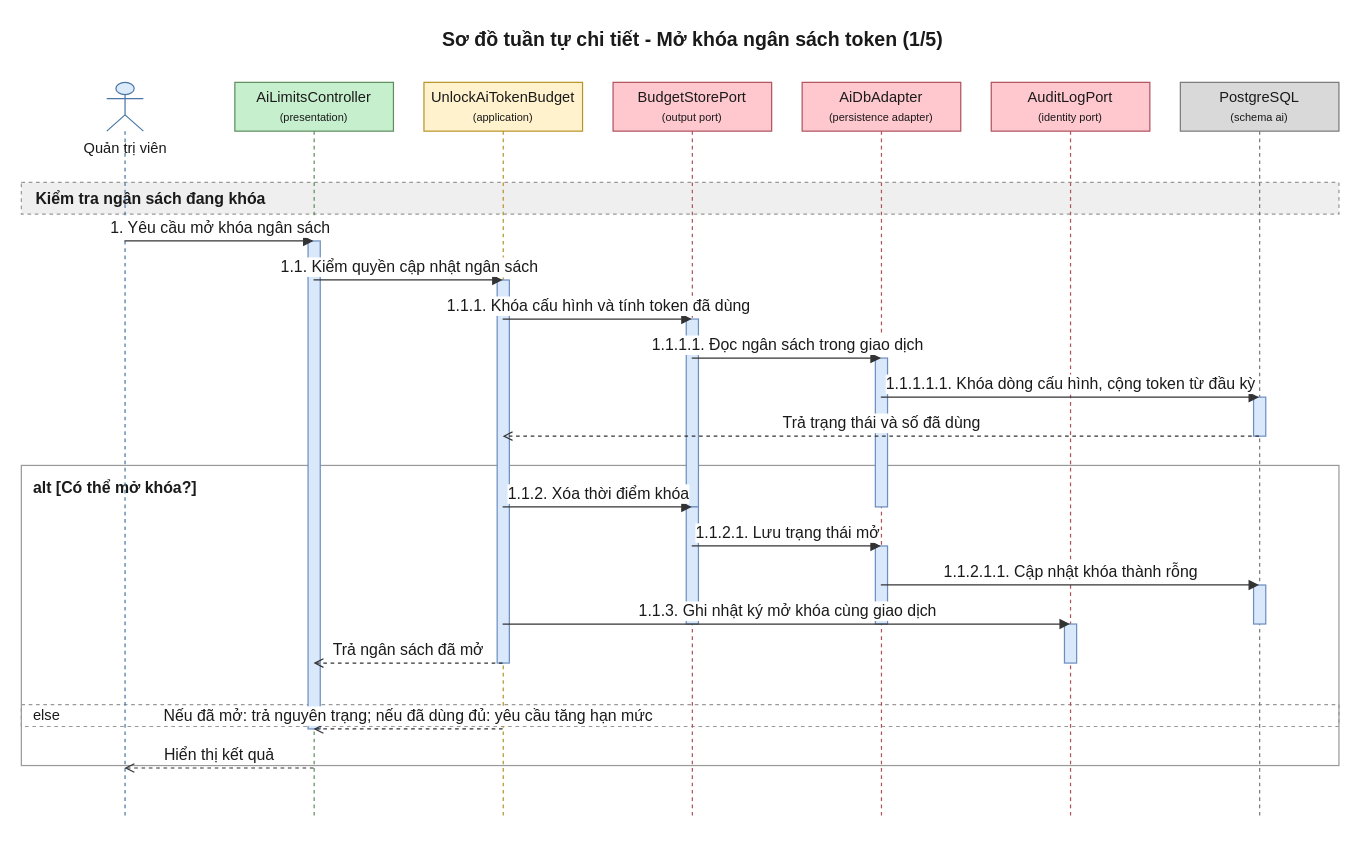
This is 08-diagram/sequence/admin/sequence_admin_dat_han_muc_va_gioi_han_ai_p1.drawio from daiphu1801/PRJ_ALGOPREP, a draw.io file, before an edit. Source tidied: cells renumbered, new cells numbered last; positions are measured from the earlier drawing's top-left corner, leaving out a move shared by most shapes. Both pictures are drawn from the tidied source at 122%, with x=0, y=0 at pixel (21, 21).
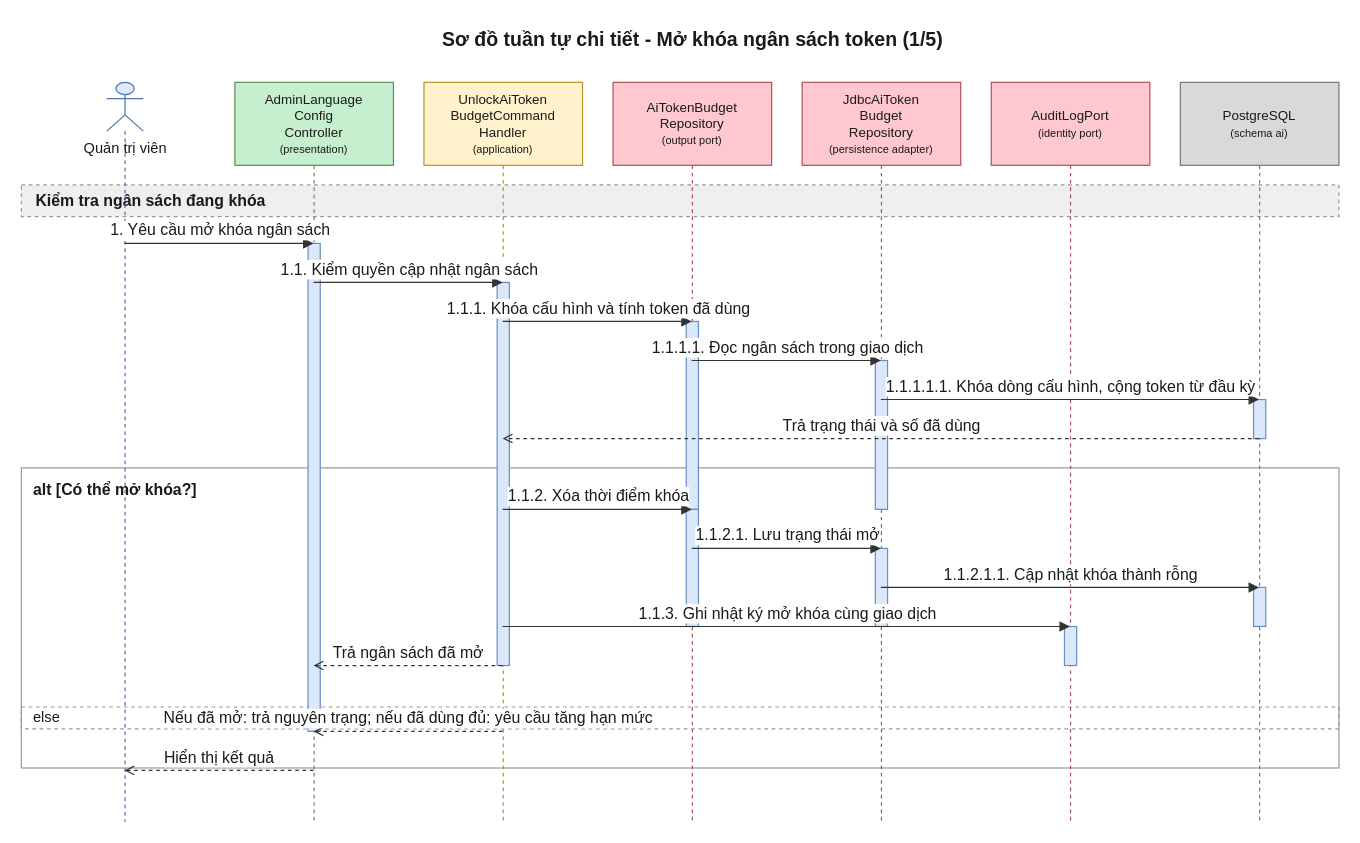
After the change.

Change to the diagram source:
```diff
@@
     <mxCell id="3" value="alt [Có thể mở khóa?]" style="algoprep=alt;rounded=0;whiteSpace=wrap;html=1;fillColor=none;strokeColor=#999999;verticalAlign=top;align=left;spacingLeft=8;spacingTop=4;fontColor=#1A1A1A;fontSize=13;fontStyle=1;dashed=0;" parent="1" vertex="1">
-      <mxGeometry y="364" width="1080" height="246" as="geometry" />
+      <mxGeometry y="366" width="1080" height="246" as="geometry" />
     </mxCell>
     <mxCell id="4" value="else" style="text;html=1;dashed=1;strokeColor=#999999;fillColor=none;align=left;verticalAlign=middle;spacingLeft=8;fontColor=#1A1A1A;fontSize=12;" parent="1" vertex="1">
-      <mxGeometry y="560" width="1080" height="18" as="geometry" />
+      <mxGeometry y="562" width="1080" height="18" as="geometry" />
     </mxCell>
     <mxCell id="5" value="Kiểm tra ngân sách đang khóa" style="algoprep=phase;rounded=0;whiteSpace=wrap;html=1;fillColor=#EFEFEF;strokeColor=#999999;dashed=1;align=left;verticalAlign=middle;spacingLeft=10;fontColor=#1A1A1A;fontSize=13;fontStyle=1;" parent="1" vertex="1">
-      <mxGeometry y="132" width="1080" height="26" as="geometry" />
+      <mxGeometry y="134" width="1080" height="26" as="geometry" />
     </mxCell>
     <mxCell id="6" value="Quản trị viên" style="shape=umlLifeline;participant=umlActor;perimeter=lifelinePerimeter;html=1;outlineConnect=0;size=40;verticalAlign=top;spacingTop=40;fillColor=#DCEBFC;strokeColor=#4A76A8;fontColor=#1A1A1A;" parent="1" vertex="1">
-      <mxGeometry x="70" y="50" width="30" height="604" as="geometry" />
+      <mxGeometry x="70" y="50" width="30" height="606" as="geometry" />
     </mxCell>
-    <mxCell id="7" value="AiLimitsController&lt;br&gt;&lt;font style=&quot;font-size:9px&quot;&gt;(presentation)&lt;/font&gt;" style="shape=umlLifeline;perimeter=lifelinePerimeter;whiteSpace=wrap;html=1;outlineConnect=0;size=40;fillColor=#C6EFCE;strokeColor=#5E8E5E;fontColor=#1A1A1A;" parent="1" vertex="1">
-      <mxGeometry x="175" y="50" width="130" height="604" as="geometry" />
+    <mxCell id="7" value="AdminLanguage&lt;br&gt;Config&lt;br&gt;Controller&lt;br&gt;&lt;font style=&quot;font-size:9px&quot;&gt;(presentation)&lt;/font&gt;" style="shape=umlLifeline;perimeter=lifelinePerimeter;whiteSpace=wrap;html=1;outlineConnect=0;size=68;fontSize=11;fillColor=#C6EFCE;strokeColor=#5E8E5E;fontColor=#1A1A1A;" parent="1" vertex="1">
+      <mxGeometry x="175" y="50" width="130" height="606" as="geometry" />
     </mxCell>
-    <mxCell id="8" value="UnlockAiTokenBudget&lt;br&gt;&lt;font style=&quot;font-size:9px&quot;&gt;(application)&lt;/font&gt;" style="shape=umlLifeline;perimeter=lifelinePerimeter;whiteSpace=wrap;html=1;outlineConnect=0;size=40;fillColor=#FFF2CC;strokeColor=#B8952A;fontColor=#1A1A1A;" parent="1" vertex="1">
-      <mxGeometry x="330" y="50" width="130" height="604" as="geometry" />
+    <mxCell id="8" value="UnlockAiToken&lt;br&gt;BudgetCommand&lt;br&gt;Handler&lt;br&gt;&lt;font style=&quot;font-size:9px&quot;&gt;(application)&lt;/font&gt;" style="shape=umlLifeline;perimeter=lifelinePerimeter;whiteSpace=wrap;html=1;outlineConnect=0;size=68;fontSize=11;fillColor=#FFF2CC;strokeColor=#B8952A;fontColor=#1A1A1A;" parent="1" vertex="1">
+      <mxGeometry x="330" y="50" width="130" height="606" as="geometry" />
     </mxCell>
-    <mxCell id="9" value="BudgetStorePort&lt;br&gt;&lt;font style=&quot;font-size:9px&quot;&gt;(output port)&lt;/font&gt;" style="shape=umlLifeline;perimeter=lifelinePerimeter;whiteSpace=wrap;html=1;outlineConnect=0;size=40;fillColor=#FFC7CE;strokeColor=#B0525E;fontColor=#1A1A1A;" parent="1" vertex="1">
-      <mxGeometry x="485" y="50" width="130" height="604" as="geometry" />
+    <mxCell id="9" value="AiTokenBudget&lt;br&gt;Repository&lt;br&gt;&lt;font style=&quot;font-size:9px&quot;&gt;(output port)&lt;/font&gt;" style="shape=umlLifeline;perimeter=lifelinePerimeter;whiteSpace=wrap;html=1;outlineConnect=0;size=68;fontSize=11;fillColor=#FFC7CE;strokeColor=#B0525E;fontColor=#1A1A1A;" parent="1" vertex="1">
+      <mxGeometry x="485" y="50" width="130" height="606" as="geometry" />
     </mxCell>
-    <mxCell id="10" value="AiDbAdapter&lt;br&gt;&lt;font style=&quot;font-size:9px&quot;&gt;(persistence adapter)&lt;/font&gt;" style="shape=umlLifeline;perimeter=lifelinePerimeter;whiteSpace=wrap;html=1;outlineConnect=0;size=40;fillColor=#FFC7CE;strokeColor=#B0525E;fontColor=#1A1A1A;" parent="1" vertex="1">
-      <mxGeometry x="640" y="50" width="130" height="604" as="geometry" />
+    <mxCell id="10" value="JdbcAiToken&lt;br&gt;Budget&lt;br&gt;Repository&lt;br&gt;&lt;font style=&quot;font-size:9px&quot;&gt;(persistence adapter)&lt;/font&gt;" style="shape=umlLifeline;perimeter=lifelinePerimeter;whiteSpace=wrap;html=1;outlineConnect=0;size=68;fontSize=11;fillColor=#FFC7CE;strokeColor=#B0525E;fontColor=#1A1A1A;" parent="1" vertex="1">
+      <mxGeometry x="640" y="50" width="130" height="606" as="geometry" />
     </mxCell>
-    <mxCell id="11" value="AuditLogPort&lt;br&gt;&lt;font style=&quot;font-size:9px&quot;&gt;(identity port)&lt;/font&gt;" style="shape=umlLifeline;perimeter=lifelinePerimeter;whiteSpace=wrap;html=1;outlineConnect=0;size=40;fillColor=#FFC7CE;strokeColor=#B0525E;fontColor=#1A1A1A;" parent="1" vertex="1">
-      <mxGeometry x="795" y="50" width="130" height="604" as="geometry" />
+    <mxCell id="11" value="AuditLogPort&lt;br&gt;&lt;font style=&quot;font-size:9px&quot;&gt;(identity port)&lt;/font&gt;" style="shape=umlLifeline;perimeter=lifelinePerimeter;whiteSpace=wrap;html=1;outlineConnect=0;size=68;fontSize=11;fillColor=#FFC7CE;strokeColor=#B0525E;fontColor=#1A1A1A;" parent="1" vertex="1">
+      <mxGeometry x="795" y="50" width="130" height="606" as="geometry" />
     </mxCell>
-    <mxCell id="12" value="PostgreSQL&lt;br&gt;&lt;font style=&quot;font-size:9px&quot;&gt;(schema ai)&lt;/font&gt;" style="shape=umlLifeline;perimeter=lifelinePerimeter;whiteSpace=wrap;html=1;outlineConnect=0;size=40;fillColor=#D9D9D9;strokeColor=#7A7A7A;fontColor=#1A1A1A;" parent="1" vertex="1">
-      <mxGeometry x="950" y="50" width="130" height="604" as="geometry" />
+    <mxCell id="12" value="PostgreSQL&lt;br&gt;&lt;font style=&quot;font-size:9px&quot;&gt;(schema ai)&lt;/font&gt;" style="shape=umlLifeline;perimeter=lifelinePerimeter;whiteSpace=wrap;html=1;outlineConnect=0;size=68;fontSize=11;fillColor=#D9D9D9;strokeColor=#7A7A7A;fontColor=#1A1A1A;" parent="1" vertex="1">
+      <mxGeometry x="950" y="50" width="130" height="606" as="geometry" />
     </mxCell>
     <mxCell id="13" style="html=1;perimeter=orthogonalPerimeter;targetShapes=umlLifeline;fillColor=#DAE8FC;strokeColor=#6C8EBF;" parent="12" vertex="1">
-      <mxGeometry x="60" y="258" width="10" height="32" as="geometry" />
+      <mxGeometry x="60" y="260" width="10" height="32" as="geometry" />
     </mxCell>
     <mxCell id="14" style="html=1;perimeter=orthogonalPerimeter;targetShapes=umlLifeline;fillColor=#DAE8FC;strokeColor=#6C8EBF;" parent="10" vertex="1">
-      <mxGeometry x="60" y="226" width="10" height="122" as="geometry" />
+      <mxGeometry x="60" y="228" width="10" height="122" as="geometry" />
     </mxCell>
     <mxCell id="15" style="html=1;perimeter=orthogonalPerimeter;targetShapes=umlLifeline;fillColor=#DAE8FC;strokeColor=#6C8EBF;" parent="9" vertex="1">
-      <mxGeometry x="60" y="194" width="10" height="154" as="geometry" />
+      <mxGeometry x="60" y="196" width="10" height="154" as="geometry" />
     </mxCell>
     <mxCell id="16" style="html=1;perimeter=orthogonalPerimeter;targetShapes=umlLifeline;fillColor=#DAE8FC;strokeColor=#6C8EBF;" parent="12" vertex="1">
-      <mxGeometry x="60" y="412" width="10" height="32" as="geometry" />
+      <mxGeometry x="60" y="414" width="10" height="32" as="geometry" />
     </mxCell>
     <mxCell id="17" style="html=1;perimeter=orthogonalPerimeter;targetShapes=umlLifeline;fillColor=#DAE8FC;strokeColor=#6C8EBF;" parent="10" vertex="1">
-      <mxGeometry x="60" y="380" width="10" height="64" as="geometry" />
+      <mxGeometry x="60" y="382" width="10" height="64" as="geometry" />
     </mxCell>
     <mxCell id="18" style="html=1;perimeter=orthogonalPerimeter;targetShapes=umlLifeline;fillColor=#DAE8FC;strokeColor=#6C8EBF;" parent="9" vertex="1">
-      <mxGeometry x="60" y="348" width="10" height="96" as="geometry" />
+      <mxGeometry x="60" y="350" width="10" height="96" as="geometry" />
     </mxCell>
     <mxCell id="19" style="html=1;perimeter=orthogonalPerimeter;targetShapes=umlLifeline;fillColor=#DAE8FC;strokeColor=#6C8EBF;" parent="11" vertex="1">
-      <mxGeometry x="60" y="444" width="10" height="32" as="geometry" />
+      <mxGeometry x="60" y="446" width="10" height="32" as="geometry" />
     </mxCell>
     <mxCell id="20" style="html=1;perimeter=orthogonalPerimeter;targetShapes=umlLifeline;fillColor=#DAE8FC;strokeColor=#6C8EBF;" parent="8" vertex="1">
-      <mxGeometry x="60" y="162" width="10" height="314" as="geometry" />
+      <mxGeometry x="60" y="164" width="10" height="314" as="geometry" />
     </mxCell>
     <mxCell id="21" style="html=1;perimeter=orthogonalPerimeter;targetShapes=umlLifeline;fillColor=#DAE8FC;strokeColor=#6C8EBF;" parent="7" vertex="1">
-      <mxGeometry x="60" y="130" width="10" height="400" as="geometry" />
+      <mxGeometry x="60" y="132" width="10" height="400" as="geometry" />
     </mxCell>
-    <mxCell id="22" value="1. Yêu cầu mở khóa ngân sách" style="edgeStyle=none;html=1;endArrow=block;endFill=1;strokeColor=#333333;fontColor=#1A1A1A;fontSize=13;verticalAlign=bottom;exitX=0.5;exitY=0.2152;exitDx=0;exitDy=0;entryX=0.5;entryY=0.2152;entryDx=0;entryDy=0;" parent="1" edge="1" source="6" target="7">
+    <mxCell id="22" value="1. Yêu cầu mở khóa ngân sách" style="edgeStyle=none;html=1;endArrow=block;endFill=1;strokeColor=#333333;fontColor=#1A1A1A;fontSize=13;verticalAlign=bottom;exitX=0.5;exitY=0.2178;exitDx=0;exitDy=0;entryX=0.5;entryY=0.2178;entryDx=0;entryDy=0;" parent="1" edge="1" source="6" target="7">
       <mxGeometry relative="1" as="geometry" />
     </mxCell>
-    <mxCell id="23" value="1.1. Kiểm quyền cập nhật ngân sách" style="edgeStyle=none;html=1;endArrow=block;endFill=1;strokeColor=#333333;fontColor=#1A1A1A;fontSize=13;verticalAlign=bottom;exitX=0.5;exitY=0.2682;exitDx=0;exitDy=0;entryX=0.5;entryY=0.2682;entryDx=0;entryDy=0;" parent="1" edge="1" source="7" target="8">
+    <mxCell id="23" value="1.1. Kiểm quyền cập nhật ngân sách" style="edgeStyle=none;html=1;endArrow=block;endFill=1;strokeColor=#333333;fontColor=#1A1A1A;fontSize=13;verticalAlign=bottom;exitX=0.5;exitY=0.2706;exitDx=0;exitDy=0;entryX=0.5;entryY=0.2706;entryDx=0;entryDy=0;" parent="1" edge="1" source="7" target="8">
       <mxGeometry relative="1" as="geometry" />
     </mxCell>
-    <mxCell id="24" value="1.1.1. Khóa cấu hình và tính token đã dùng" style="edgeStyle=none;html=1;endArrow=block;endFill=1;strokeColor=#333333;fontColor=#1A1A1A;fontSize=13;verticalAlign=bottom;exitX=0.5;exitY=0.3212;exitDx=0;exitDy=0;entryX=0.5;entryY=0.3212;entryDx=0;entryDy=0;" parent="1" edge="1" source="8" target="9">
+    <mxCell id="24" value="1.1.1. Khóa cấu hình và tính token đã dùng" style="edgeStyle=none;html=1;endArrow=block;endFill=1;strokeColor=#333333;fontColor=#1A1A1A;fontSize=13;verticalAlign=bottom;exitX=0.5;exitY=0.3234;exitDx=0;exitDy=0;entryX=0.5;entryY=0.3234;entryDx=0;entryDy=0;" parent="1" edge="1" source="8" target="9">
       <mxGeometry relative="1" as="geometry" />
     </mxCell>
-    <mxCell id="25" value="1.1.1.1. Đọc ngân sách trong giao dịch" style="edgeStyle=none;html=1;endArrow=block;endFill=1;strokeColor=#333333;fontColor=#1A1A1A;fontSize=13;verticalAlign=bottom;exitX=0.5;exitY=0.3742;exitDx=0;exitDy=0;entryX=0.5;entryY=0.3742;entryDx=0;entryDy=0;" parent="1" edge="1" source="9" target="10">
+    <mxCell id="25" value="1.1.1.1. Đọc ngân sách trong giao dịch" style="edgeStyle=none;html=1;endArrow=block;endFill=1;strokeColor=#333333;fontColor=#1A1A1A;fontSize=13;verticalAlign=bottom;exitX=0.5;exitY=0.3762;exitDx=0;exitDy=0;entryX=0.5;entryY=0.3762;entryDx=0;entryDy=0;" parent="1" edge="1" source="9" target="10">
       <mxGeometry relative="1" as="geometry" />
     </mxCell>
-    <mxCell id="26" value="1.1.1.1.1. Khóa dòng cấu hình, cộng token từ đầu kỳ" style="edgeStyle=none;html=1;endArrow=block;endFill=1;strokeColor=#333333;fontColor=#1A1A1A;fontSize=13;verticalAlign=bottom;exitX=0.5;exitY=0.4272;exitDx=0;exitDy=0;entryX=0.5;entryY=0.4272;entryDx=0;entryDy=0;" parent="1" edge="1" source="10" target="12">
+    <mxCell id="26" value="1.1.1.1.1. Khóa dòng cấu hình, cộng token từ đầu kỳ" style="edgeStyle=none;html=1;endArrow=block;endFill=1;strokeColor=#333333;fontColor=#1A1A1A;fontSize=13;verticalAlign=bottom;exitX=0.5;exitY=0.4290;exitDx=0;exitDy=0;entryX=0.5;entryY=0.4290;entryDx=0;entryDy=0;" parent="1" edge="1" source="10" target="12">
       <mxGeometry relative="1" as="geometry" />
     </mxCell>
-    <mxCell id="27" value="Trả trạng thái và số đã dùng" style="edgeStyle=none;html=1;endArrow=open;endFill=0;dashed=1;strokeColor=#333333;fontColor=#1A1A1A;fontSize=13;verticalAlign=bottom;exitX=0.5;exitY=0.4801;exitDx=0;exitDy=0;entryX=0.5;entryY=0.4801;entryDx=0;entryDy=0;" parent="1" edge="1" source="12" target="8">
+    <mxCell id="27" value="Trả trạng thái và số đã dùng" style="edgeStyle=none;html=1;endArrow=open;endFill=0;dashed=1;strokeColor=#333333;fontColor=#1A1A1A;fontSize=13;verticalAlign=bottom;exitX=0.5;exitY=0.4818;exitDx=0;exitDy=0;entryX=0.5;entryY=0.4818;entryDx=0;entryDy=0;" parent="1" edge="1" source="12" target="8">
       <mxGeometry relative="1" as="geometry" />
     </mxCell>
-    <mxCell id="28" value="1.1.2. Xóa thời điểm khóa" style="edgeStyle=none;html=1;endArrow=block;endFill=1;strokeColor=#333333;fontColor=#1A1A1A;fontSize=13;verticalAlign=bottom;exitX=0.5;exitY=0.5762;exitDx=0;exitDy=0;entryX=0.5;entryY=0.5762;entryDx=0;entryDy=0;" parent="1" edge="1" source="8" target="9">
+    <mxCell id="28" value="1.1.2. Xóa thời điểm khóa" style="edgeStyle=none;html=1;endArrow=block;endFill=1;strokeColor=#333333;fontColor=#1A1A1A;fontSize=13;verticalAlign=bottom;exitX=0.5;exitY=0.5776;exitDx=0;exitDy=0;entryX=0.5;entryY=0.5776;entryDx=0;entryDy=0;" parent="1" edge="1" source="8" target="9">
       <mxGeometry relative="1" as="geometry" />
     </mxCell>
-    <mxCell id="29" value="1.1.2.1. Lưu trạng thái mở" style="edgeStyle=none;html=1;endArrow=block;endFill=1;strokeColor=#333333;fontColor=#1A1A1A;fontSize=13;verticalAlign=bottom;exitX=0.5;exitY=0.6291;exitDx=0;exitDy=0;entryX=0.5;entryY=0.6291;entryDx=0;entryDy=0;" parent="1" edge="1" source="9" target="10">
+    <mxCell id="29" value="1.1.2.1. Lưu trạng thái mở" style="edgeStyle=none;html=1;endArrow=block;endFill=1;strokeColor=#333333;fontColor=#1A1A1A;fontSize=13;verticalAlign=bottom;exitX=0.5;exitY=0.6304;exitDx=0;exitDy=0;entryX=0.5;entryY=0.6304;entryDx=0;entryDy=0;" parent="1" edge="1" source="9" target="10">
       <mxGeometry relative="1" as="geometry" />
     </mxCell>
-    <mxCell id="30" value="1.1.2.1.1. Cập nhật khóa thành rỗng" style="edgeStyle=none;html=1;endArrow=block;endFill=1;strokeColor=#333333;fontColor=#1A1A1A;fontSize=13;verticalAlign=bottom;exitX=0.5;exitY=0.6821;exitDx=0;exitDy=0;entryX=0.5;entryY=0.6821;entryDx=0;entryDy=0;" parent="1" edge="1" source="10" target="12">
+    <mxCell id="30" value="1.1.2.1.1. Cập nhật khóa thành rỗng" style="edgeStyle=none;html=1;endArrow=block;endFill=1;strokeColor=#333333;fontColor=#1A1A1A;fontSize=13;verticalAlign=bottom;exitX=0.5;exitY=0.6832;exitDx=0;exitDy=0;entryX=0.5;entryY=0.6832;entryDx=0;entryDy=0;" parent="1" edge="1" source="10" target="12">
       <mxGeometry relative="1" as="geometry" />
     </mxCell>
-    <mxCell id="31" value="1.1.3. Ghi nhật ký mở khóa cùng giao dịch" style="edgeStyle=none;html=1;endArrow=block;endFill=1;strokeColor=#333333;fontColor=#1A1A1A;fontSize=13;verticalAlign=bottom;exitX=0.5;exitY=0.7351;exitDx=0;exitDy=0;entryX=0.5;entryY=0.7351;entryDx=0;entryDy=0;" parent="1" edge="1" source="8" target="11">
+    <mxCell id="31" value="1.1.3. Ghi nhật ký mở khóa cùng giao dịch" style="edgeStyle=none;html=1;endArrow=block;endFill=1;strokeColor=#333333;fontColor=#1A1A1A;fontSize=13;verticalAlign=bottom;exitX=0.5;exitY=0.7360;exitDx=0;exitDy=0;entryX=0.5;entryY=0.7360;entryDx=0;entryDy=0;" parent="1" edge="1" source="8" target="11">
       <mxGeometry relative="1" as="geometry" />
     </mxCell>
-    <mxCell id="32" value="Trả ngân sách đã mở" style="edgeStyle=none;html=1;endArrow=open;endFill=0;dashed=1;strokeColor=#333333;fontColor=#1A1A1A;fontSize=13;verticalAlign=bottom;exitX=0.5;exitY=0.7881;exitDx=0;exitDy=0;entryX=0.5;entryY=0.7881;entryDx=0;entryDy=0;" parent="1" edge="1" source="8" target="7">
+    <mxCell id="32" value="Trả ngân sách đã mở" style="edgeStyle=none;html=1;endArrow=open;endFill=0;dashed=1;strokeColor=#333333;fontColor=#1A1A1A;fontSize=13;verticalAlign=bottom;exitX=0.5;exitY=0.7888;exitDx=0;exitDy=0;entryX=0.5;entryY=0.7888;entryDx=0;entryDy=0;" parent="1" edge="1" source="8" target="7">
       <mxGeometry relative="1" as="geometry" />
     </mxCell>
-    <mxCell id="33" value="Nếu đã mở: trả nguyên trạng; nếu đã dùng đủ: yêu cầu tăng hạn mức" style="edgeStyle=none;html=1;endArrow=open;endFill=0;dashed=1;strokeColor=#333333;fontColor=#1A1A1A;fontSize=13;verticalAlign=bottom;exitX=0.5;exitY=0.8775;exitDx=0;exitDy=0;entryX=0.5;entryY=0.8775;entryDx=0;entryDy=0;" parent="1" edge="1" source="8" target="7">
+    <mxCell id="33" value="Nếu đã mở: trả nguyên trạng; nếu đã dùng đủ: yêu cầu tăng hạn mức" style="edgeStyle=none;html=1;endArrow=open;endFill=0;dashed=1;strokeColor=#333333;fontColor=#1A1A1A;fontSize=13;verticalAlign=bottom;exitX=0.5;exitY=0.8779;exitDx=0;exitDy=0;entryX=0.5;entryY=0.8779;entryDx=0;entryDy=0;" parent="1" edge="1" source="8" target="7">
       <mxGeometry relative="1" as="geometry" />
     </mxCell>
-    <mxCell id="34" value="Hiển thị kết quả" style="edgeStyle=none;html=1;endArrow=open;endFill=0;dashed=1;strokeColor=#333333;fontColor=#1A1A1A;fontSize=13;verticalAlign=bottom;exitX=0.5;exitY=0.9305;exitDx=0;exitDy=0;entryX=0.5;entryY=0.9305;entryDx=0;entryDy=0;" parent="1" edge="1" source="7" target="6">
+    <mxCell id="34" value="Hiển thị kết quả" style="edgeStyle=none;html=1;endArrow=open;endFill=0;dashed=1;strokeColor=#333333;fontColor=#1A1A1A;fontSize=13;verticalAlign=bottom;exitX=0.5;exitY=0.9307;exitDx=0;exitDy=0;entryX=0.5;entryY=0.9307;entryDx=0;entryDy=0;" parent="1" edge="1" source="7" target="6">
       <mxGeometry relative="1" as="geometry" />
     </mxCell>
```
